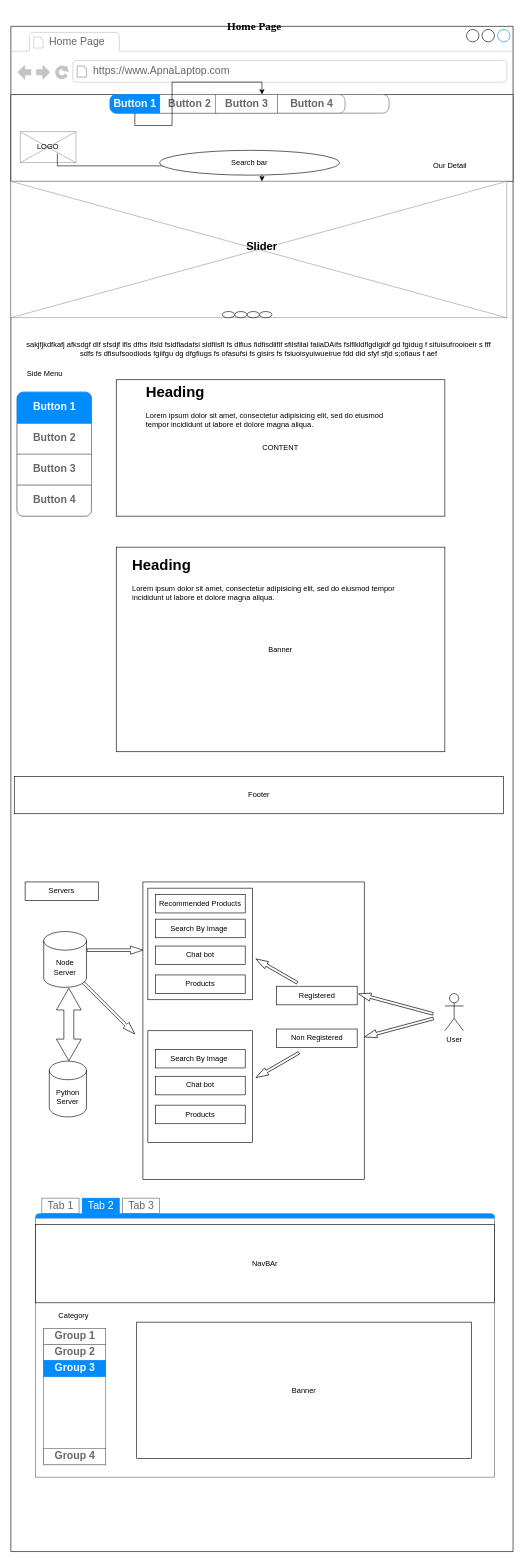
Earlier version of the draw.io diagram HomePage.drawio (Hamza8479/Wireframe). Source tidied: cells renumbered, new cells numbered last; positions are measured from the earlier drawing's top-left corner, leaving out a move shared by most shapes. Both pictures are drawn from the tidied source at 62%, with x=0, y=0 at pixel (11, 20).
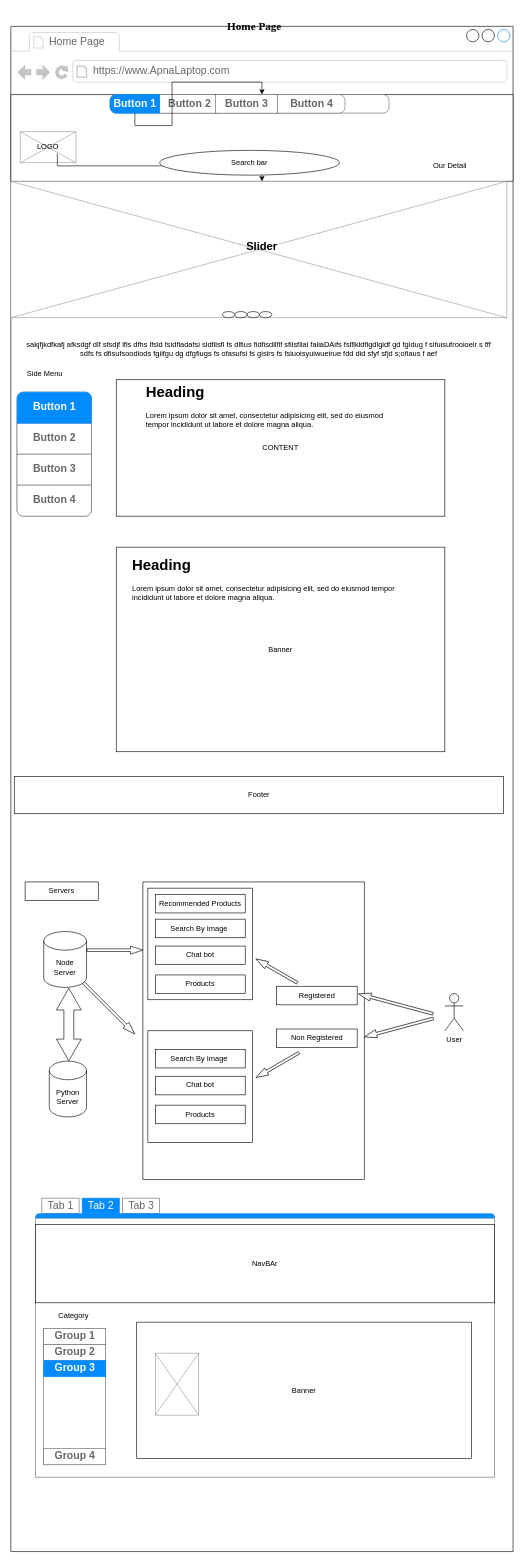
The same page after the edit.

What changed in the source:
```diff
@@
+    <mxCell id="73" style="verticalLabelPosition=bottom;shadow=0;dashed=0;align=center;html=1;verticalAlign=top;strokeWidth=1;shape=mxgraph.mockup.graphics.simpleIcon;strokeColor=#999999;" parent="1" vertex="1">
+      <mxGeometry x="233" y="2150" width="70" height="100" as="geometry" />
+    </mxCell>
```
